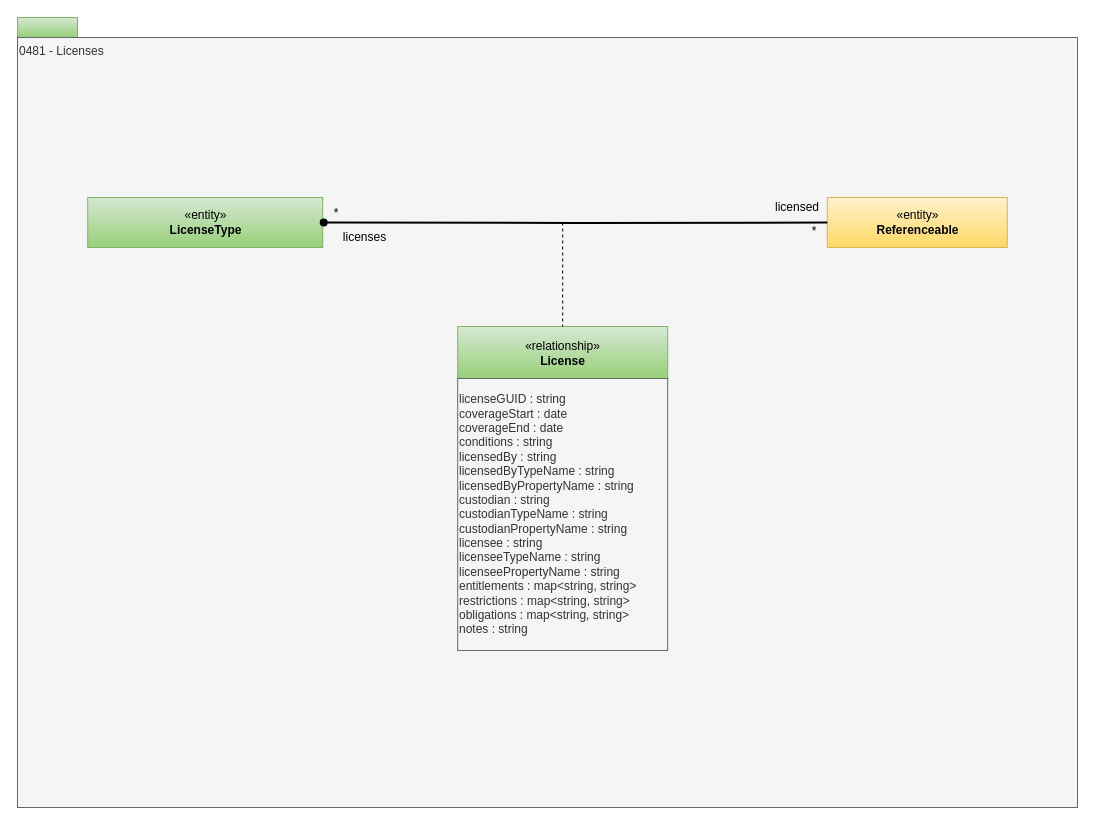
This is page "0481-Licenses" (28 of 30) of site/docs/types/4/area-4-governance.drawio from odpi/egeria-docs, a draw.io file, before an edit. Source tidied: cells renumbered, new cells numbered last; positions are measured from the earlier drawing's top-left corner, leaving out a move shared by most shapes. Both pictures are drawn from the tidied source at 100%, with x=0, y=0 at pixel (17, 17).
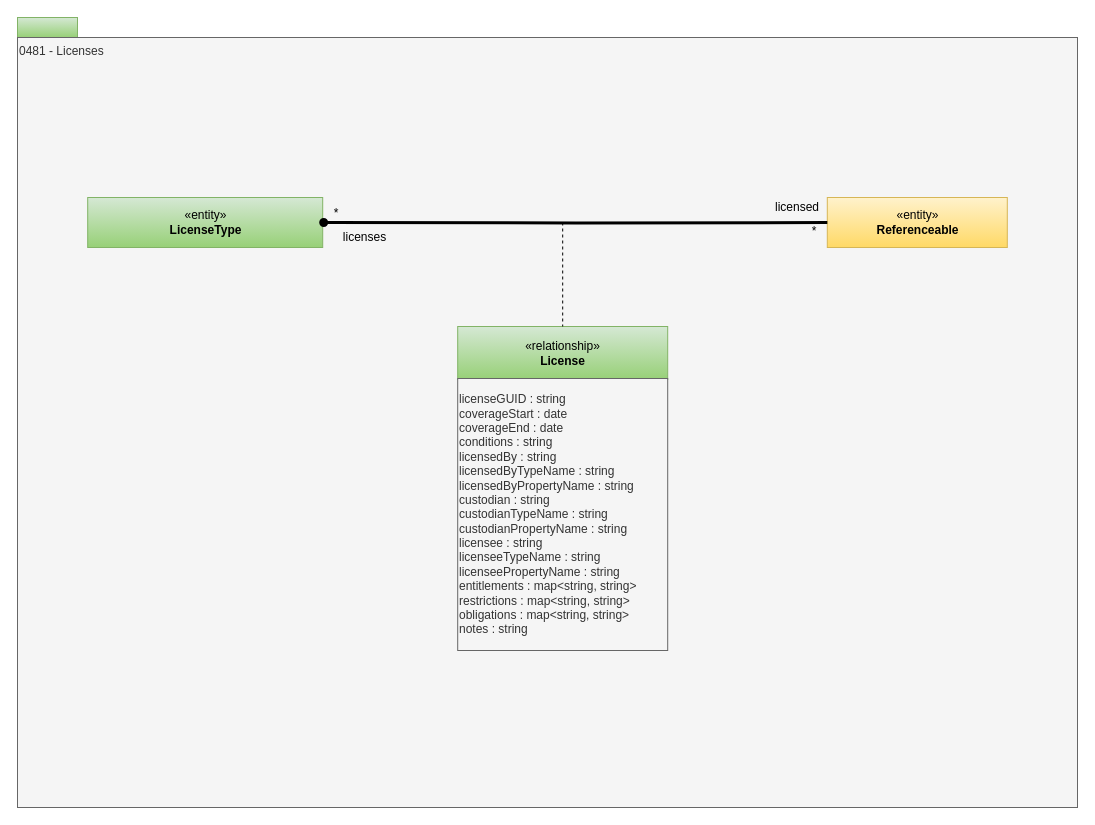
The same page after the edit.

The edit, as a diff of the source:
```diff
@@
 <mxGraphModel>
   <root>
     <mxCell id="0" />
     <mxCell id="1" parent="0" />
     <mxCell id="2" style="rounded=0;whiteSpace=wrap;html=1;align=left;fillColor=#d5e8d4;strokeColor=#82b366;gradientColor=#97d077;" parent="1" vertex="1">
       <mxGeometry width="60" height="20" as="geometry" />
     </mxCell>
     <mxCell id="3" value="0481 - Licenses" style="rounded=0;whiteSpace=wrap;html=1;align=left;verticalAlign=top;fillColor=#f5f5f5;fontColor=#333333;strokeColor=#666666;" parent="1" vertex="1">
       <mxGeometry y="20" width="1060" height="770" as="geometry" />
     </mxCell>
     <mxCell id="4" value="«entity»&lt;br&gt;&lt;b&gt;LicenseType&lt;/b&gt;" style="html=1;strokeColor=#82b366;align=center;fillColor=#d5e8d4;gradientColor=#97d077;" parent="1" vertex="1">
       <mxGeometry x="70.2" y="180" width="235" height="50" as="geometry" />
     </mxCell>
     <mxCell id="5" value="«entity»&lt;br&gt;&lt;b&gt;Referenceable&lt;/b&gt;" style="html=1;strokeColor=#d6b656;align=center;fillColor=#fff2cc;gradientColor=#ffd966;" parent="1" vertex="1">
       <mxGeometry x="809.8" y="180" width="180" height="50" as="geometry" />
     </mxCell>
-    <mxCell id="6" style="edgeStyle=orthogonalEdgeStyle;rounded=0;html=1;exitX=1;exitY=0.5;entryX=0;entryY=0.5;jettySize=auto;endArrow=none;endFill=0;entryDx=0;entryDy=0;startArrow=oval;startFill=1;strokeWidth=2;" parent="1" edge="1" target="5">
+    <mxCell id="6" style="edgeStyle=orthogonalEdgeStyle;rounded=0;html=1;exitX=1;exitY=0.5;entryX=0;entryY=0.5;jettySize=auto;endArrow=none;endFill=0;entryDx=0;entryDy=0;startArrow=oval;startFill=1;strokeWidth=3;" parent="1" edge="1" target="5">
       <mxGeometry relative="1" as="geometry">
         <mxPoint x="306.2" y="205" as="sourcePoint" />
       </mxGeometry>
     </mxCell>
     <mxCell id="7" value="*" style="text;html=1;strokeColor=none;fillColor=none;align=center;verticalAlign=middle;whiteSpace=wrap;rounded=0;" parent="1" vertex="1">
       <mxGeometry x="783.8" y="205" width="26" height="18" as="geometry" />
     </mxCell>
     <mxCell id="8" value="«relationship»&lt;br&gt;&lt;b&gt;License&lt;/b&gt;" style="html=1;strokeColor=#82b366;align=center;fillColor=#d5e8d4;gradientColor=#97d077;" parent="1" vertex="1">
       <mxGeometry x="440.2" y="309" width="210" height="53" as="geometry" />
     </mxCell>
     <mxCell id="9" style="endArrow=none;dashed=1;html=1;" parent="1" edge="1" target="8">
       <mxGeometry relative="1" as="geometry">
         <mxPoint x="545.2" y="205" as="sourcePoint" />
       </mxGeometry>
     </mxCell>
     <mxCell id="10" value="licenseGUID : string&lt;br&gt;coverageStart : date&lt;br&gt;coverageEnd : date&lt;br&gt;conditions : string&lt;br&gt;licensedBy : string&lt;br&gt;licensedByTypeName : string&lt;br&gt;licensedByPropertyName : string&lt;br&gt;custodian : string&lt;br&gt;custodianTypeName : string&lt;br&gt;custodianPropertyName : string&lt;br&gt;licensee : string&lt;br&gt;licenseeTypeName : string&lt;br&gt;licenseePropertyName : string&lt;br&gt;entitlements : map&amp;lt;string, string&amp;gt;&lt;br&gt;restrictions : map&amp;lt;string, string&amp;gt;&lt;br&gt;obligations : map&amp;lt;string, string&amp;gt;&lt;br&gt;notes : string" style="rounded=0;whiteSpace=wrap;html=1;strokeColor=#666666;align=left;fillColor=#f5f5f5;fontColor=#333333;" parent="1" vertex="1">
       <mxGeometry x="440.2" y="361" width="210" height="272" as="geometry" />
     </mxCell>
     <mxCell id="11" value="licensed" style="text;html=1;strokeColor=none;fillColor=none;align=center;verticalAlign=middle;whiteSpace=wrap;rounded=0;" parent="1" vertex="1">
       <mxGeometry x="740.2" y="180" width="79.5" height="20" as="geometry" />
     </mxCell>
     <mxCell id="12" value="licenses" style="text;html=1;strokeColor=none;fillColor=none;align=center;verticalAlign=middle;whiteSpace=wrap;rounded=0;" parent="1" vertex="1">
       <mxGeometry x="315.8" y="210" width="63" height="20" as="geometry" />
     </mxCell>
     <mxCell id="13" value="*" style="text;html=1;strokeColor=none;fillColor=none;align=center;verticalAlign=middle;whiteSpace=wrap;rounded=0;" parent="1" vertex="1">
       <mxGeometry x="305.8" y="187" width="26" height="18" as="geometry" />
     </mxCell>
   </root>
 </mxGraphModel>
```
